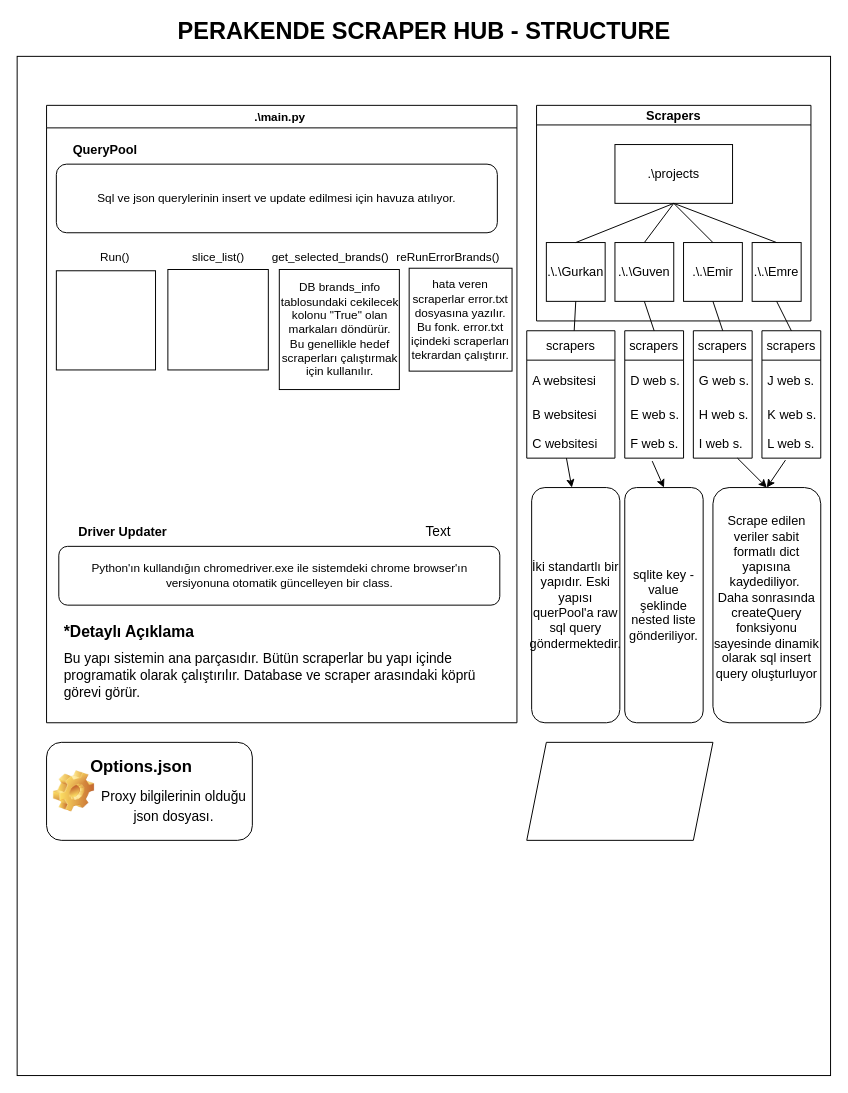
Earlier version of the draw.io diagram Untitled Diagram.drawio (gurkanbekdemir/gurkanbekdemir). Source tidied: cells renumbered, new cells numbered last; positions are measured from the earlier drawing's top-left corner, leaving out a move shared by most shapes. Both pictures are drawn from the tidied source at 98%, with x=0, y=0 at pixel (17, 17).
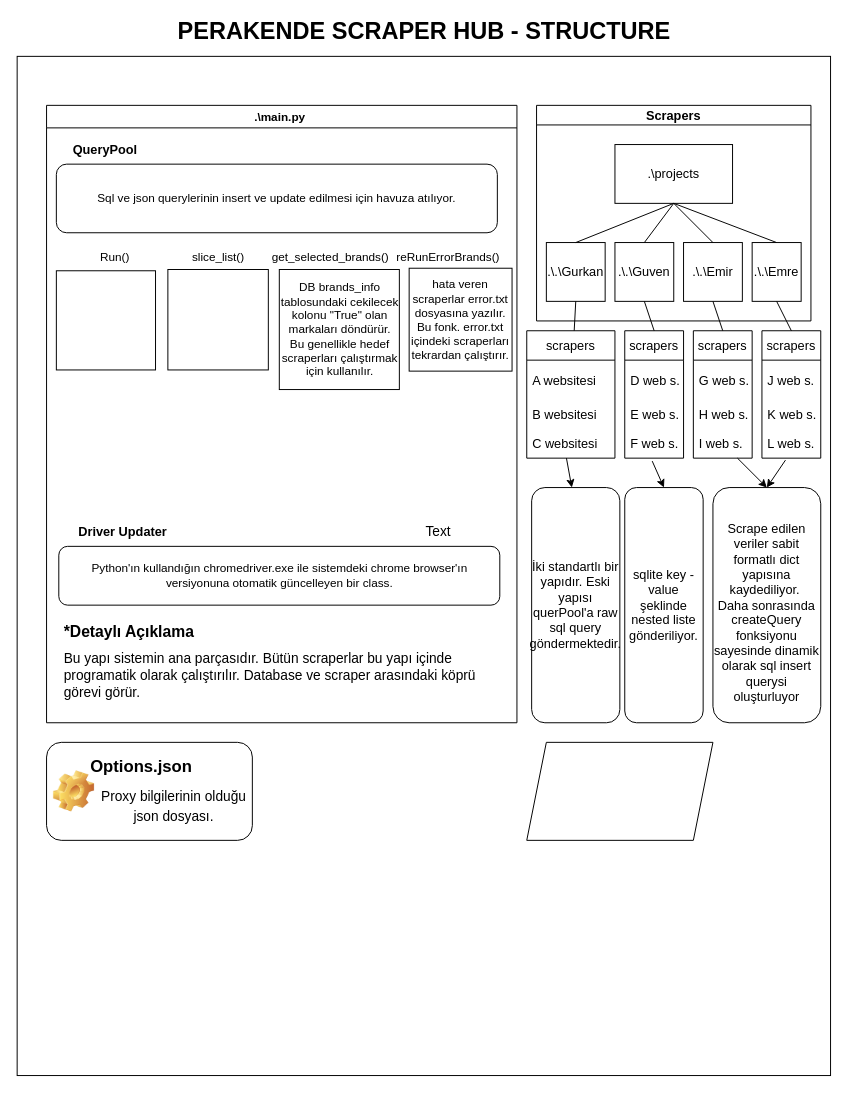
The same page after the edit.

What changed in the source:
```diff
@@
-    <mxCell id="29" value="&lt;br&gt;Scrape edilen veriler sabit formatlı dict yapısına kaydediliyor.&amp;nbsp;&lt;br&gt;Daha sonrasında createQuery fonksiyonu sayesinde dinamik olarak sql insert query oluşturluyor&lt;br&gt;&lt;br&gt;&lt;br&gt;" style="rounded=1;whiteSpace=wrap;html=1;fontSize=13;fontColor=none;strokeColor=default;fillColor=none;" parent="1" vertex="1">
+    <mxCell id="29" value="&lt;br&gt;Scrape edilen veriler sabit formatlı dict yapısına kaydediliyor.&amp;nbsp;&lt;br&gt;Daha sonrasında createQuery fonksiyonu sayesinde dinamik olarak sql insert querysi oluşturluyor" style="rounded=1;whiteSpace=wrap;html=1;fontSize=13;fontColor=none;strokeColor=default;fillColor=none;" parent="1" vertex="1">
       <mxGeometry x="710" y="480" width="110" height="240" as="geometry" />
     </mxCell>
```
